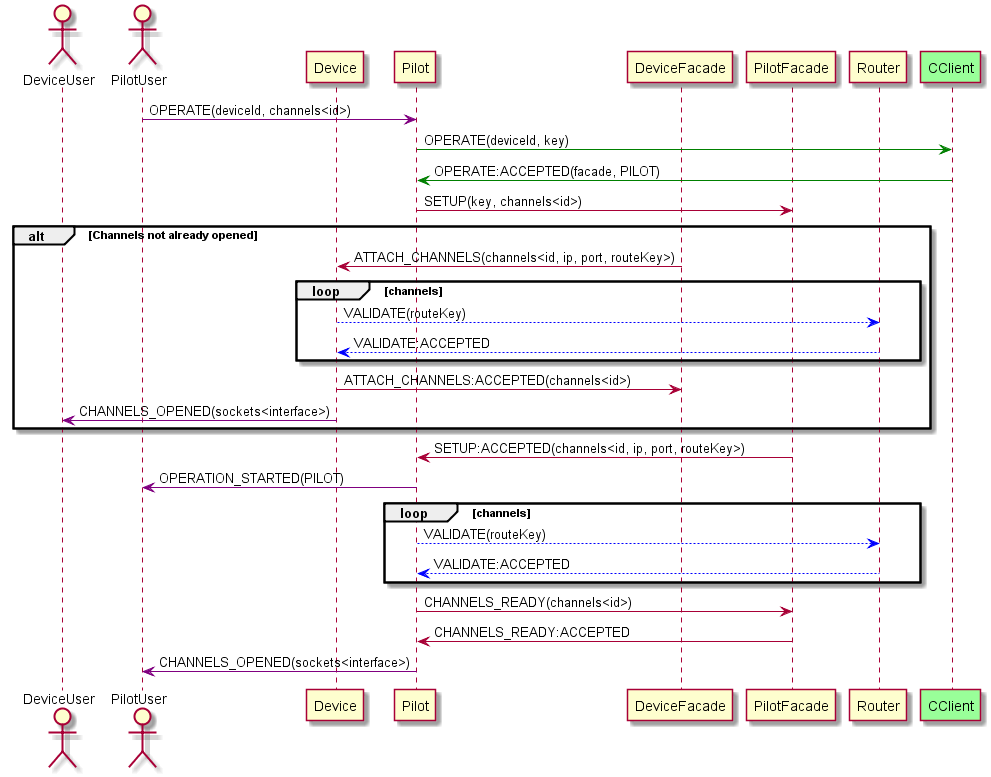
nawbar23/fleetmgr keeps this PlantUML diagram as doc/flows/4_pilot_operate.png. Above is the earlier version. Its diagram source:
```plantuml
@startuml

actor DeviceUser
actor PilotUser
participant Device
participant Pilot
participant DeviceFacade
participant PilotFacade
participant Router
participant CClient #99FF99

PilotUser -[#purple]> Pilot: OPERATE(deviceId, channels<id>)

Pilot -[#green]> CClient: OPERATE(deviceId, key)




CClient -[#green]> Pilot: OPERATE:ACCEPTED(facade, PILOT)

Pilot -> PilotFacade: SETUP(key, channels<id>)



alt Channels not already opened


DeviceFacade -> Device: ATTACH_CHANNELS(channels<id, ip, port, routeKey>)

loop channels
Device --[#blue]> Router: VALIDATE(routeKey)
Router --[#blue]> Device: VALIDATE:ACCEPTED
end

Device -> DeviceFacade: ATTACH_CHANNELS:ACCEPTED(channels<id>)

Device -[#purple]> DeviceUser: CHANNELS_OPENED(sockets<interface>)


end



PilotFacade -> Pilot:SETUP:ACCEPTED(channels<id, ip, port, routeKey>)

Pilot -[#purple]> PilotUser: OPERATION_STARTED(PILOT)

loop channels
Pilot --[#blue]> Router: VALIDATE(routeKey)
Router --[#blue]> Pilot: VALIDATE:ACCEPTED
end

Pilot -> PilotFacade: CHANNELS_READY(channels<id>)




PilotFacade -> Pilot: CHANNELS_READY:ACCEPTED

Pilot -[#purple]> PilotUser: CHANNELS_OPENED(sockets<interface>)

@enduml
```
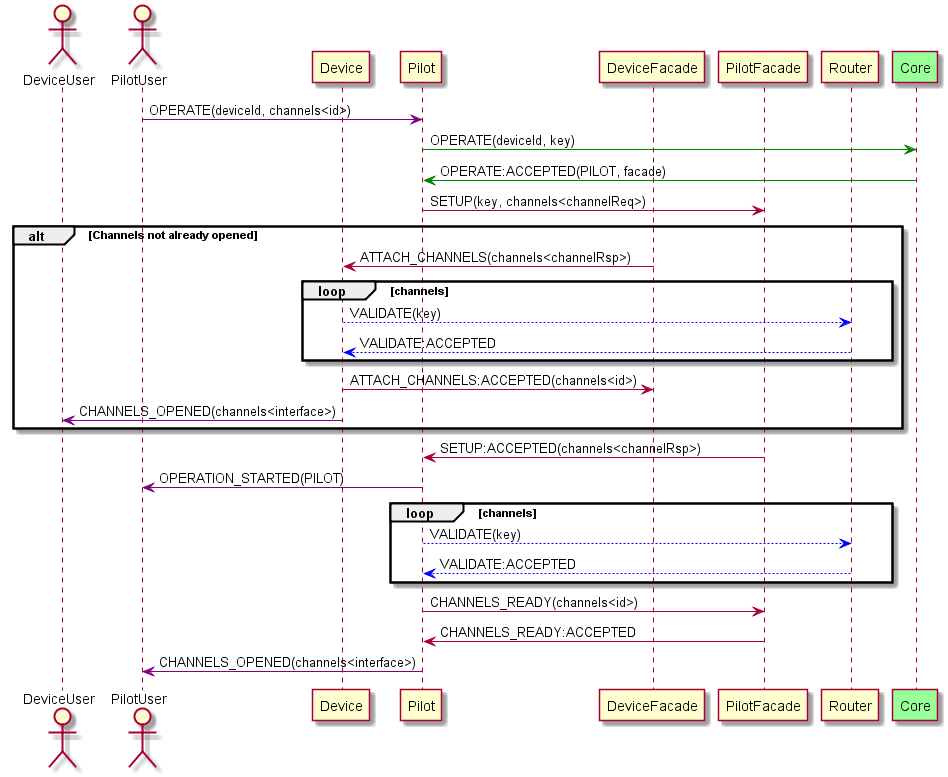
After the change.

The edit, as a diff of the source:
```diff
@@ -7,46 +7,48 @@
 participant DeviceFacade
 participant PilotFacade
 participant Router
-participant CClient #99FF99
+participant Core #99FF99
 
 PilotUser -[#purple]> Pilot: OPERATE(deviceId, channels<id>)
 
-Pilot -[#green]> CClient: OPERATE(deviceId, key)
+Pilot -[#green]> Core: OPERATE(deviceId, key)
 
 
 
 
-CClient -[#green]> Pilot: OPERATE:ACCEPTED(facade, PILOT)
 
-Pilot -> PilotFacade: SETUP(key, channels<id>)
+
+Core -[#green]> Pilot: OPERATE:ACCEPTED(PILOT, facade)
+
+Pilot -> PilotFacade: SETUP(key, channels<channelReq>)
 
 
 
 alt Channels not already opened
 
 
-DeviceFacade -> Device: ATTACH_CHANNELS(channels<id, ip, port, routeKey>)
+DeviceFacade -> Device: ATTACH_CHANNELS(channels<channelRsp>)
 
 loop channels
-Device --[#blue]> Router: VALIDATE(routeKey)
+Device --[#blue]> Router: VALIDATE(key)
 Router --[#blue]> Device: VALIDATE:ACCEPTED
 end
 
 Device -> DeviceFacade: ATTACH_CHANNELS:ACCEPTED(channels<id>)
 
-Device -[#purple]> DeviceUser: CHANNELS_OPENED(sockets<interface>)
+Device -[#purple]> DeviceUser: CHANNELS_OPENED(channels<interface>)
 
 
 end
 
 
 
-PilotFacade -> Pilot:SETUP:ACCEPTED(channels<id, ip, port, routeKey>)
+PilotFacade -> Pilot:SETUP:ACCEPTED(channels<channelRsp>)
 
 Pilot -[#purple]> PilotUser: OPERATION_STARTED(PILOT)
 
 loop channels
-Pilot --[#blue]> Router: VALIDATE(routeKey)
+Pilot --[#blue]> Router: VALIDATE(key)
 Router --[#blue]> Pilot: VALIDATE:ACCEPTED
 end
 
@@ -57,6 +59,6 @@
 
 PilotFacade -> Pilot: CHANNELS_READY:ACCEPTED
 
-Pilot -[#purple]> PilotUser: CHANNELS_OPENED(sockets<interface>)
+Pilot -[#purple]> PilotUser: CHANNELS_OPENED(channels<interface>)
 
 @enduml
```
